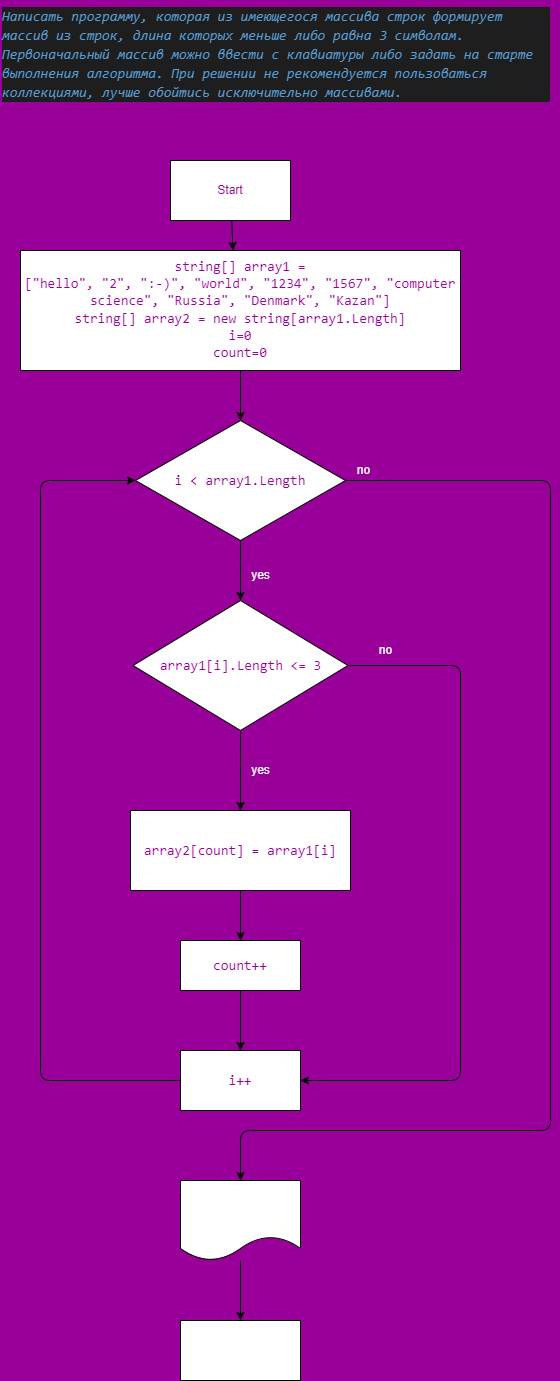
The draw.io diagram Final_Test_Work/Decision.drawio.png in katrin535/dotnet_homework, before a commit. Source tidied: cells renumbered, new cells last; positions are measured from the earlier drawing's top-left corner, leaving out a move shared by most shapes.
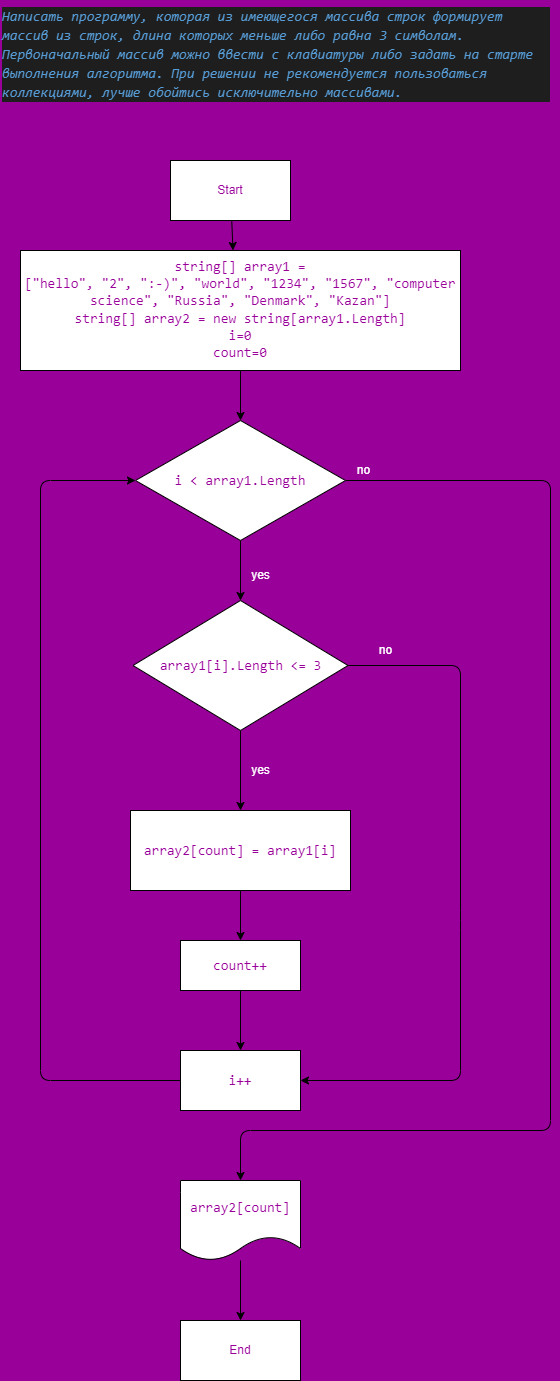
After the commit.

Commit message:
Изменен цвет шрифта блок-схемы

The edit, as a diff of the source:
```diff
@@ -84,13 +84,13 @@
     <mxCell id="22" style="edgeStyle=none;html=1;fontColor=#FFFFFF;" parent="1" edge="1" source="23" target="25">
       <mxGeometry relative="1" as="geometry" />
     </mxCell>
-    <mxCell id="23" value="&lt;span style=&quot;font-family: &amp;#34;consolas&amp;#34; , &amp;#34;courier new&amp;#34; , monospace ; font-size: 14px&quot;&gt;array2[count]&lt;/span&gt;" style="shape=document;whiteSpace=wrap;html=1;boundedLbl=1;labelBackgroundColor=none;fontColor=#FFFFFF;strokeColor=default;fillColor=default;gradientColor=none;" parent="1" vertex="1">
+    <mxCell id="23" value="&lt;span style=&quot;font-family: &amp;#34;consolas&amp;#34; , &amp;#34;courier new&amp;#34; , monospace ; font-size: 14px&quot;&gt;&lt;font color=&quot;#990099&quot;&gt;array2[count]&lt;/font&gt;&lt;/span&gt;" style="shape=document;whiteSpace=wrap;html=1;boundedLbl=1;labelBackgroundColor=none;fontColor=#FFFFFF;strokeColor=default;fillColor=default;gradientColor=none;" parent="1" vertex="1">
       <mxGeometry x="180" y="1180" width="120" height="80" as="geometry" />
     </mxCell>
     <mxCell id="24" value="no" style="text;html=1;align=center;verticalAlign=middle;strokeColor=none;fillColor=none;fontColor=#FFFFFF;" parent="1" vertex="1">
       <mxGeometry x="347.5" y="460" width="30" height="20" as="geometry" />
     </mxCell>
-    <mxCell id="25" value="End" style="rounded=0;whiteSpace=wrap;html=1;labelBackgroundColor=none;fontColor=#FFFFFF;strokeColor=default;fillColor=default;gradientColor=none;" parent="1" vertex="1">
+    <mxCell id="25" value="&lt;font color=&quot;#990099&quot;&gt;End&lt;/font&gt;" style="rounded=0;whiteSpace=wrap;html=1;labelBackgroundColor=none;fontColor=#FFFFFF;strokeColor=default;fillColor=default;gradientColor=none;" parent="1" vertex="1">
       <mxGeometry x="180" y="1320" width="120" height="60" as="geometry" />
     </mxCell>
   </root>
```
